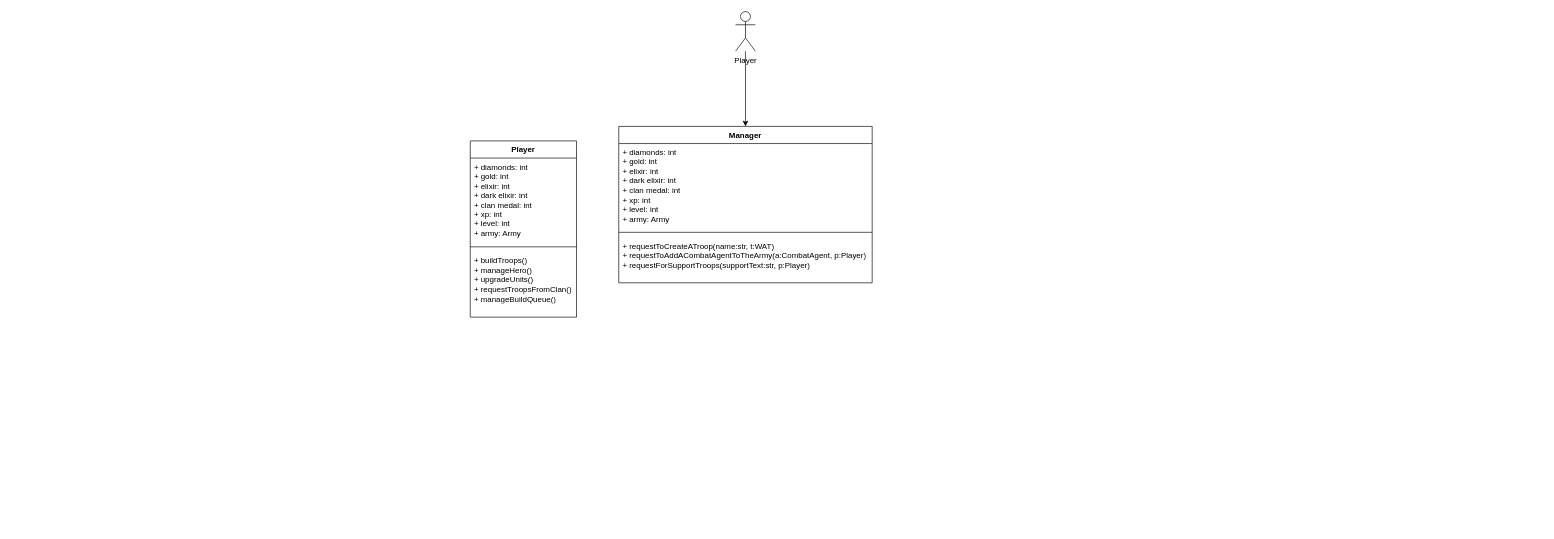
Before: Defense and Attack/Class Diagram.drawio in Pooria82/clash-of-clans, a draw.io diagram. Source tidied: cells renumbered, new cells numbered last; positions are measured from the earlier drawing's top-left corner, leaving out a move shared by most shapes. Both pictures are drawn from the tidied source at 66%, with x=0, y=0 at pixel (470, 11).
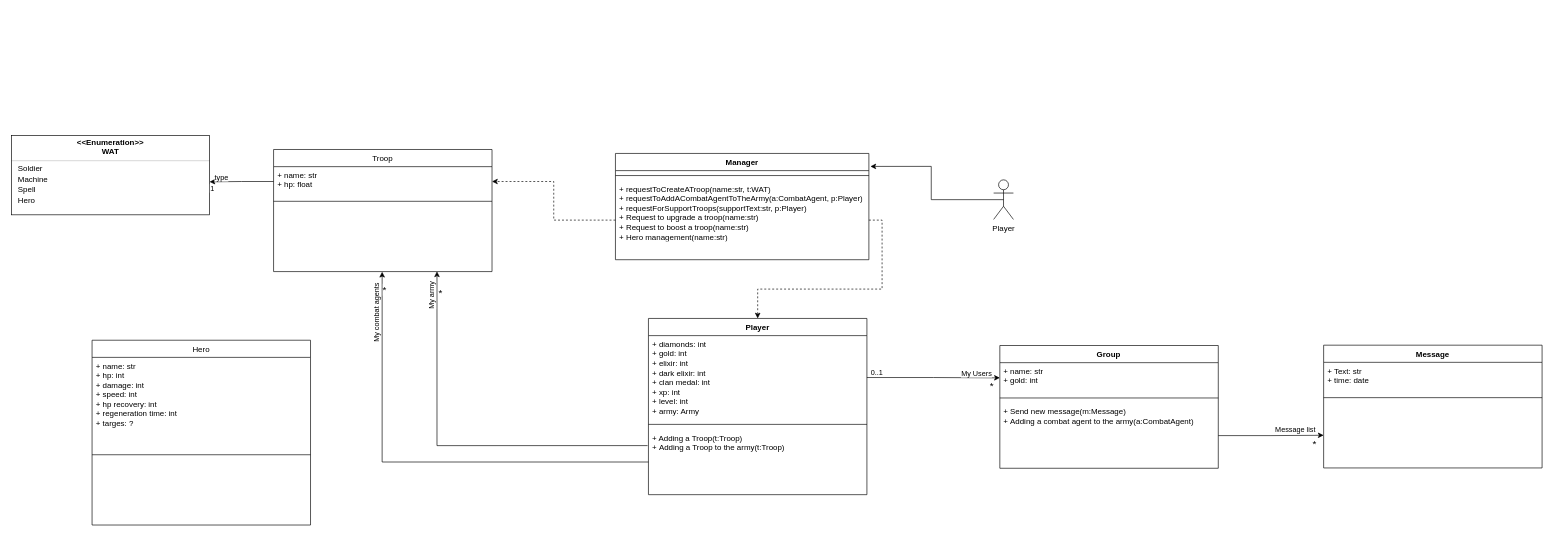
The same page after the edit.

Change to the diagram source:
```diff
@@
     <mxCell id="2" value="Player" style="swimlane;fontStyle=1;align=center;verticalAlign=top;horizontal=1;startSize=26;whiteSpace=wrap;html=1;" parent="1" vertex="1">
-      <mxGeometry y="196" width="161" height="267" as="geometry" />
+      <mxGeometry x="270" y="465" width="331" height="267" as="geometry" />
     </mxCell>
     <mxCell id="3" value="+ diamonds: int&lt;div&gt;+ gold: int&lt;/div&gt;&lt;div&gt;+ elixir: int&lt;/div&gt;&lt;div&gt;+ dark elixir: int&lt;/div&gt;&lt;div&gt;+ clan medal: int&lt;/div&gt;&lt;div&gt;+ xp: int&lt;/div&gt;&lt;div&gt;+ level: int&lt;/div&gt;&lt;div&gt;+ army: Army&lt;/div&gt;" style="text;strokeColor=none;fillColor=none;align=left;verticalAlign=top;spacingLeft=4;spacingRight=4;overflow=hidden;points=[[0,0.5],[1,0.5]];portConstraint=eastwest;whiteSpace=wrap;html=1;" parent="2" vertex="1">
-      <mxGeometry y="26" width="161" height="127" as="geometry" />
+      <mxGeometry y="26" width="331" height="127" as="geometry" />
     </mxCell>
     <mxCell id="4" style="line;strokeWidth=1;fillColor=none;align=left;verticalAlign=middle;spacingTop=-1;spacingLeft=3;spacingRight=3;labelPosition=right;strokeColor=inherit;" parent="2" vertex="1">
-      <mxGeometry y="153" width="161" height="15" as="geometry" />
+      <mxGeometry y="153" width="331" height="15" as="geometry" />
     </mxCell>
-    <mxCell id="5" value="+ buildTroops()&lt;div&gt;+ manageHero()&lt;/div&gt;&lt;div&gt;+ upgradeUnits()&lt;/div&gt;&lt;div&gt;+ requestTroopsFromClan()&lt;/div&gt;&lt;div&gt;+ manageBuildQueue()&lt;/div&gt;" style="text;strokeColor=none;fillColor=none;align=left;verticalAlign=top;spacingLeft=4;spacingRight=4;overflow=hidden;points=[[0,0.5],[1,0.5]];portConstraint=eastwest;whiteSpace=wrap;html=1;" parent="2" vertex="1">
-      <mxGeometry y="168" width="161" height="99" as="geometry" />
+    <mxCell id="5" value="+ Adding a Troop(t:Troop)&lt;div&gt;+&amp;nbsp;Adding a Troop&amp;nbsp;to the army(t:Troop)&lt;br&gt;&lt;/div&gt;" style="text;strokeColor=none;fillColor=none;align=left;verticalAlign=top;spacingLeft=4;spacingRight=4;overflow=hidden;points=[[0,0.5],[1,0.5]];portConstraint=eastwest;whiteSpace=wrap;html=1;" parent="2" vertex="1">
+      <mxGeometry y="168" width="331" height="99" as="geometry" />
     </mxCell>
+    <mxCell id="12" style="edgeStyle=orthogonalEdgeStyle;rounded=0;jettySize=auto;html=1;exitX=0.5;exitY=0.5;exitDx=0;exitDy=0;exitPerimeter=0;entryX=1.006;entryY=0.122;entryDx=0;entryDy=0;entryPerimeter=0;" parent="1" edge="1" source="6" target="8">
+      <mxGeometry relative="1" as="geometry" />
+    </mxCell>
     <mxCell id="6" value="Player" style="shape=umlActor;verticalLabelPosition=bottom;verticalAlign=top;html=1;outlineConnect=0;" parent="1" vertex="1">
-      <mxGeometry x="402" width="30" height="60" as="geometry" />
+      <mxGeometry x="793" y="255" width="30" height="60" as="geometry" />
     </mxCell>
-    <mxCell id="7" style="edgeStyle=orthogonalEdgeStyle;rounded=0;jettySize=auto;html=1;exitX=0.5;exitY=0;exitDx=0;exitDy=0;endArrow=none;endFill=0;startArrow=classic;startFill=1;" parent="1" edge="1" source="8" target="6">
-      <mxGeometry relative="1" as="geometry" />
-    </mxCell>
     <mxCell id="8" value="Manager" style="swimlane;fontStyle=1;align=center;verticalAlign=top;horizontal=1;startSize=26;whiteSpace=wrap;html=1;" parent="1" vertex="1">
-      <mxGeometry x="225" y="174" width="384" height="237" as="geometry" />
+      <mxGeometry x="220" y="215" width="384" height="161" as="geometry" />
     </mxCell>
-    <mxCell id="9" value="+ diamonds: int&lt;div&gt;+ gold: int&lt;/div&gt;&lt;div&gt;+ elixir: int&lt;/div&gt;&lt;div&gt;+ dark elixir: int&lt;/div&gt;&lt;div&gt;+ clan medal: int&lt;/div&gt;&lt;div&gt;+ xp: int&lt;/div&gt;&lt;div&gt;+ level: int&lt;/div&gt;&lt;div&gt;+ army: Army&lt;/div&gt;" style="text;strokeColor=none;fillColor=none;align=left;verticalAlign=top;spacingLeft=4;spacingRight=4;overflow=hidden;whiteSpace=wrap;html=1;" parent="8" vertex="1">
-      <mxGeometry y="26" width="384" height="127" as="geometry" />
-    </mxCell>
     <mxCell id="10" style="line;strokeWidth=1;fillColor=none;align=left;verticalAlign=middle;spacingTop=-1;spacingLeft=3;spacingRight=3;labelPosition=right;strokeColor=inherit;" parent="8" vertex="1">
-      <mxGeometry y="153" width="384" height="15" as="geometry" />
+      <mxGeometry y="26" width="384" height="15" as="geometry" />
     </mxCell>
-    <mxCell id="11" value="+ requestToCreateATroop(name:str, t:WAT)&lt;div&gt;+ requestToAddACombatAgentToTheArmy(a:&lt;span style=&quot;background-color: initial;&quot;&gt;CombatAgent, p:Player&lt;/span&gt;&lt;span style=&quot;background-color: initial;&quot;&gt;)&lt;/span&gt;&lt;/div&gt;&lt;div&gt;+ requestForSupportTroops(s&lt;span style=&quot;background-color: initial;&quot;&gt;upportText:str, p:Player&lt;/span&gt;&lt;span style=&quot;background-color: initial;&quot;&gt;)&lt;/span&gt;&lt;/div&gt;&lt;div&gt;&lt;br&gt;&lt;/div&gt;" style="text;strokeColor=none;fillColor=none;align=left;verticalAlign=top;spacingLeft=4;spacingRight=4;overflow=hidden;points=[[0,0.5],[1,0.5]];portConstraint=eastwest;whiteSpace=wrap;html=1;" parent="8" vertex="1">
-      <mxGeometry y="168" width="384" height="69" as="geometry" />
+    <mxCell id="11" value="+ requestToCreateATroop(name:str, t:WAT)&lt;div&gt;+ requestToAddACombatAgentToTheArmy(a:&lt;span style=&quot;background-color: initial;&quot;&gt;CombatAgent, p:Player&lt;/span&gt;&lt;span style=&quot;background-color: initial;&quot;&gt;)&lt;/span&gt;&lt;/div&gt;&lt;div&gt;+ requestForSupportTroops(s&lt;span style=&quot;background-color: initial;&quot;&gt;upportText:str, p:Player&lt;/span&gt;&lt;span style=&quot;background-color: initial;&quot;&gt;)&lt;/span&gt;&lt;/div&gt;&lt;div&gt;+&amp;nbsp;&lt;span style=&quot;background-color: initial;&quot;&gt;Request to upgrade a troop(name:str)&lt;/span&gt;&lt;/div&gt;+&amp;nbsp;Request to boost a troop(name:str)&lt;div&gt;+&amp;nbsp;Hero management(name:str)&lt;/div&gt;" style="text;strokeColor=none;fillColor=none;align=left;verticalAlign=top;spacingLeft=4;spacingRight=4;overflow=hidden;points=[[0,0.5],[1,0.5]];portConstraint=eastwest;whiteSpace=wrap;html=1;" parent="8" vertex="1">
+      <mxGeometry y="41" width="384" height="120" as="geometry" />
     </mxCell>
+    <mxCell id="13" value="&lt;span style=&quot;font-weight: 400; text-align: left;&quot;&gt;Troop&lt;/span&gt;" style="swimlane;fontStyle=1;align=center;verticalAlign=top;horizontal=1;startSize=26;whiteSpace=wrap;html=1;" parent="1" vertex="1">
+      <mxGeometry x="-298" y="209" width="331" height="185" as="geometry" />
+    </mxCell>
+    <mxCell id="14" value="+ name: str&lt;div&gt;+ hp: float&lt;/div&gt;&lt;div&gt;&lt;br&gt;&lt;/div&gt;" style="text;strokeColor=none;fillColor=none;align=left;verticalAlign=top;spacingLeft=4;spacingRight=4;overflow=hidden;points=[[0,0.5],[1,0.5]];portConstraint=eastwest;whiteSpace=wrap;html=1;" parent="13" vertex="1">
+      <mxGeometry y="26" width="331" height="45" as="geometry" />
+    </mxCell>
+    <mxCell id="15" style="line;strokeWidth=1;fillColor=none;align=left;verticalAlign=middle;spacingTop=-1;spacingLeft=3;spacingRight=3;labelPosition=right;strokeColor=inherit;" parent="13" vertex="1">
+      <mxGeometry y="71" width="331" height="15" as="geometry" />
+    </mxCell>
+    <mxCell id="16" value="&lt;div&gt;&lt;br&gt;&lt;/div&gt;" style="text;strokeColor=none;fillColor=none;align=left;verticalAlign=top;spacingLeft=4;spacingRight=4;overflow=hidden;points=[[0,0.5],[1,0.5]];portConstraint=eastwest;whiteSpace=wrap;html=1;" parent="13" vertex="1">
+      <mxGeometry y="86" width="331" height="99" as="geometry" />
+    </mxCell>
+    <mxCell id="17" style="fontStyle=1;align=center;verticalAlign=middle;horizontal=1;" parent="1" vertex="1">
+      <mxGeometry x="-695" y="188" width="300" height="120" as="geometry" />
+    </mxCell>
+    <mxCell id="18" value="&amp;lt;&amp;lt;Enumeration&amp;gt;&amp;gt;" style="html=1;align=center;spacing=0;verticalAlign=middle;strokeColor=none;fillColor=none;whiteSpace=wrap;spacingTop=3;fontStyle=1;" parent="17" vertex="1">
+      <mxGeometry width="300" height="16" as="geometry" />
+    </mxCell>
+    <mxCell id="19" value="WAT" style="html=1;align=center;spacing=0;verticalAlign=middle;strokeColor=none;fillColor=none;whiteSpace=wrap;fontStyle=1;" parent="17" vertex="1">
+      <mxGeometry y="16" width="300" height="18" as="geometry" />
+    </mxCell>
+    <mxCell id="20" style="line;strokeWidth=0.25;fillColor=none;align=left;verticalAlign=middle;spacingTop=-1;spacingLeft=3;spacingRight=3;labelPosition=right;" parent="17" vertex="1">
+      <mxGeometry y="34" width="300" height="8" as="geometry" />
+    </mxCell>
+    <mxCell id="21" value="Soldier" style="html=1;align=left;spacing=0;verticalAlign=middle;strokeColor=none;fillColor=none;whiteSpace=wrap;spacingLeft=10;" parent="17" vertex="1">
+      <mxGeometry y="42" width="300" height="16" as="geometry" />
+    </mxCell>
+    <mxCell id="22" value="Machine" style="html=1;align=left;spacing=0;verticalAlign=middle;strokeColor=none;fillColor=none;whiteSpace=wrap;spacingLeft=10;" parent="17" vertex="1">
+      <mxGeometry y="58" width="300" height="16" as="geometry" />
+    </mxCell>
+    <mxCell id="23" value="Spell" style="html=1;align=left;spacing=0;verticalAlign=middle;strokeColor=none;fillColor=none;whiteSpace=wrap;spacingLeft=10;" parent="17" vertex="1">
+      <mxGeometry y="74" width="300" height="16" as="geometry" />
+    </mxCell>
+    <mxCell id="24" value="Hero" style="html=1;align=left;spacing=0;verticalAlign=middle;strokeColor=none;fillColor=none;whiteSpace=wrap;spacingLeft=10;" parent="17" vertex="1">
+      <mxGeometry y="90" width="300" height="16" as="geometry" />
+    </mxCell>
+    <mxCell id="25" style="html=1;align=left;spacing=0;verticalAlign=middle;strokeColor=none;fillColor=none;whiteSpace=wrap;" parent="17" vertex="1">
+      <mxGeometry y="106" width="300" height="14" as="geometry" />
+    </mxCell>
+    <mxCell id="26" style="edgeStyle=orthogonalEdgeStyle;rounded=0;jettySize=auto;html=1;exitX=0;exitY=0.5;exitDx=0;exitDy=0;entryX=1;entryY=0.75;entryDx=0;entryDy=0;" parent="1" edge="1" source="14" target="22">
+      <mxGeometry relative="1" as="geometry" />
+    </mxCell>
+    <mxCell id="27" value="type" style="edgeLabel;html=1;align=center;verticalAlign=middle;" parent="26" vertex="1">
+      <mxGeometry x="0.68" y="3" relative="1" as="geometry">
+        <mxPoint x="2" y="-11" as="offset" />
+      </mxGeometry>
+    </mxCell>
+    <mxCell id="28" value="1" style="edgeLabel;html=1;align=center;verticalAlign=middle;" parent="26" vertex="1">
+      <mxGeometry x="0.34" relative="1" as="geometry">
+        <mxPoint x="-29" y="9" as="offset" />
+      </mxGeometry>
+    </mxCell>
+    <mxCell id="29" style="edgeStyle=orthogonalEdgeStyle;rounded=0;jettySize=auto;html=1;exitX=0;exitY=0.5;exitDx=0;exitDy=0;entryX=1;entryY=0.5;entryDx=0;entryDy=0;dashed=1;" parent="1" edge="1" source="11" target="14">
+      <mxGeometry relative="1" as="geometry" />
+    </mxCell>
+    <mxCell id="30" style="edgeStyle=orthogonalEdgeStyle;rounded=0;jettySize=auto;html=1;exitX=0;exitY=0.5;exitDx=0;exitDy=0;entryX=0.497;entryY=1.003;entryDx=0;entryDy=0;entryPerimeter=0;" parent="1" edge="1" source="5" target="16">
+      <mxGeometry relative="1" as="geometry" />
+    </mxCell>
+    <mxCell id="31" value="My combat agents" style="edgeLabel;html=1;align=center;verticalAlign=middle;rotation=-90;" parent="30" vertex="1">
+      <mxGeometry x="0.9" y="1" relative="1" as="geometry">
+        <mxPoint x="-8" y="28" as="offset" />
+      </mxGeometry>
+    </mxCell>
+    <mxCell id="32" value="&lt;font style=&quot;font-size: 15px;&quot;&gt;*&lt;/font&gt;" style="edgeLabel;html=1;align=center;verticalAlign=middle;" parent="30" vertex="1">
+      <mxGeometry x="0.82" y="-2" relative="1" as="geometry">
+        <mxPoint x="1" y="-37" as="offset" />
+      </mxGeometry>
+    </mxCell>
+    <mxCell id="33" style="edgeStyle=orthogonalEdgeStyle;rounded=0;jettySize=auto;html=1;exitX=-0.004;exitY=0.249;exitDx=0;exitDy=0;entryX=0.748;entryY=0.997;entryDx=0;entryDy=0;entryPerimeter=0;exitPerimeter=0;" parent="1" edge="1" source="5" target="16">
+      <mxGeometry relative="1" as="geometry" />
+    </mxCell>
+    <mxCell id="34" value="My army" style="edgeLabel;html=1;align=center;verticalAlign=middle;rotation=-90;" parent="33" vertex="1">
+      <mxGeometry x="0.9" y="1" relative="1" as="geometry">
+        <mxPoint x="-7" y="8" as="offset" />
+      </mxGeometry>
+    </mxCell>
+    <mxCell id="35" value="&lt;font style=&quot;font-size: 15px;&quot;&gt;*&lt;/font&gt;" style="edgeLabel;html=1;align=center;verticalAlign=middle;" parent="33" vertex="1">
+      <mxGeometry x="0.82" y="-2" relative="1" as="geometry">
+        <mxPoint x="3" y="-20" as="offset" />
+      </mxGeometry>
+    </mxCell>
+    <mxCell id="36" style="edgeStyle=orthogonalEdgeStyle;rounded=0;jettySize=auto;html=1;exitX=1;exitY=0.5;exitDx=0;exitDy=0;entryX=0.5;entryY=0;entryDx=0;entryDy=0;dashed=1;" parent="1" edge="1" source="11" target="2">
+      <mxGeometry relative="1" as="geometry" />
+    </mxCell>
+    <mxCell id="37" value="Group" style="swimlane;fontStyle=1;align=center;verticalAlign=top;horizontal=1;startSize=26;whiteSpace=wrap;html=1;" parent="1" vertex="1">
+      <mxGeometry x="802.4" y="506" width="331" height="186" as="geometry" />
+    </mxCell>
+    <mxCell id="38" value="+ name: str&lt;div&gt;+ gold: int&lt;/div&gt;" style="text;strokeColor=none;fillColor=none;align=left;verticalAlign=top;spacingLeft=4;spacingRight=4;overflow=hidden;points=[[0,0.5],[1,0.5]];portConstraint=eastwest;whiteSpace=wrap;html=1;" parent="37" vertex="1">
+      <mxGeometry y="26" width="331" height="46" as="geometry" />
+    </mxCell>
+    <mxCell id="39" style="line;strokeWidth=1;fillColor=none;align=left;verticalAlign=middle;spacingTop=-1;spacingLeft=3;spacingRight=3;labelPosition=right;strokeColor=inherit;" parent="37" vertex="1">
+      <mxGeometry y="72" width="331" height="15" as="geometry" />
+    </mxCell>
+    <mxCell id="40" value="+ Send new message(m:Message)&lt;div&gt;+&amp;nbsp;Adding a combat agent to the army(a:CombatAgent)&lt;br&gt;&lt;/div&gt;" style="text;strokeColor=none;fillColor=none;align=left;verticalAlign=top;spacingLeft=4;spacingRight=4;overflow=hidden;points=[[0,0.5],[1,0.5]];portConstraint=eastwest;whiteSpace=wrap;html=1;" parent="37" vertex="1">
+      <mxGeometry y="87" width="331" height="99" as="geometry" />
+    </mxCell>
+    <mxCell id="41" style="edgeStyle=orthogonalEdgeStyle;rounded=0;jettySize=auto;html=1;exitX=1;exitY=0.5;exitDx=0;exitDy=0;entryX=0;entryY=0.5;entryDx=0;entryDy=0;" parent="1" edge="1" source="3" target="38">
+      <mxGeometry relative="1" as="geometry" />
+    </mxCell>
+    <mxCell id="42" value="0..1" style="edgeLabel;html=1;align=center;verticalAlign=middle;" parent="41" vertex="1">
+      <mxGeometry x="-0.87" relative="1" as="geometry">
+        <mxPoint x="1" y="-8" as="offset" />
+      </mxGeometry>
+    </mxCell>
+    <mxCell id="43" value="My Users" style="edgeLabel;html=1;align=center;verticalAlign=middle;" parent="41" vertex="1">
+      <mxGeometry x="0.79" y="2" relative="1" as="geometry">
+        <mxPoint x="-15" y="-6" as="offset" />
+      </mxGeometry>
+    </mxCell>
+    <mxCell id="44" value="*" style="edgeLabel;html=1;align=center;verticalAlign=middle;fontSize=15;" parent="41" vertex="1">
+      <mxGeometry x="0.77" y="-1" relative="1" as="geometry">
+        <mxPoint x="10" y="10" as="offset" />
+      </mxGeometry>
+    </mxCell>
+    <mxCell id="45" value="Message" style="swimlane;fontStyle=1;align=center;verticalAlign=top;horizontal=1;startSize=26;whiteSpace=wrap;html=1;" parent="1" vertex="1">
+      <mxGeometry x="1293" y="505.5" width="331" height="186" as="geometry" />
+    </mxCell>
+    <mxCell id="46" value="+ Text: str&lt;div&gt;+ time: date&lt;/div&gt;" style="text;strokeColor=none;fillColor=none;align=left;verticalAlign=top;spacingLeft=4;spacingRight=4;overflow=hidden;whiteSpace=wrap;html=1;" parent="45" vertex="1">
+      <mxGeometry y="26" width="331" height="46" as="geometry" />
+    </mxCell>
+    <mxCell id="47" style="line;strokeWidth=1;fillColor=none;align=left;verticalAlign=middle;spacingTop=-1;spacingLeft=3;spacingRight=3;labelPosition=right;strokeColor=inherit;" parent="45" vertex="1">
+      <mxGeometry y="72" width="331" height="15" as="geometry" />
+    </mxCell>
+    <mxCell id="48" value="&lt;div&gt;&lt;br&gt;&lt;/div&gt;" style="text;strokeColor=none;fillColor=none;align=left;verticalAlign=top;spacingLeft=4;spacingRight=4;overflow=hidden;points=[[0,0.5],[1,0.5]];portConstraint=eastwest;whiteSpace=wrap;html=1;" parent="45" vertex="1">
+      <mxGeometry y="87" width="331" height="99" as="geometry" />
+    </mxCell>
+    <mxCell id="49" style="edgeStyle=orthogonalEdgeStyle;rounded=0;jettySize=auto;html=1;exitX=1;exitY=0.5;exitDx=0;exitDy=0;entryX=0;entryY=0.5;entryDx=0;entryDy=0;" parent="1" edge="1" source="40" target="48">
+      <mxGeometry relative="1" as="geometry" />
+    </mxCell>
+    <mxCell id="50" value="Message list" style="edgeLabel;html=1;align=center;verticalAlign=middle;" parent="49" vertex="1">
+      <mxGeometry x="0.68" y="1" relative="1" as="geometry">
+        <mxPoint x="-17" y="-8" as="offset" />
+      </mxGeometry>
+    </mxCell>
+    <mxCell id="51" value="*" style="edgeLabel;html=1;align=center;verticalAlign=middle;fontSize=15;" parent="49" vertex="1">
+      <mxGeometry x="0.76" relative="1" as="geometry">
+        <mxPoint x="5" y="11" as="offset" />
+      </mxGeometry>
+    </mxCell>
+    <mxCell id="52" value="&lt;span style=&quot;font-weight: 400; text-align: left;&quot;&gt;Hero&lt;/span&gt;" style="swimlane;fontStyle=1;align=center;verticalAlign=top;horizontal=1;startSize=26;whiteSpace=wrap;html=1;" parent="1" vertex="1">
+      <mxGeometry x="-573" y="498" width="331" height="280" as="geometry" />
+    </mxCell>
+    <mxCell id="53" value="+ name: str&lt;div&gt;+ hp: int&lt;/div&gt;&lt;div&gt;+ damage: int&lt;/div&gt;&lt;div&gt;+ speed: int&lt;/div&gt;&lt;div&gt;+ hp recovery: int&lt;/div&gt;&lt;div&gt;+&amp;nbsp;regeneration time: int&lt;/div&gt;&lt;div&gt;+ targes: ?&lt;/div&gt;" style="text;strokeColor=none;fillColor=none;align=left;verticalAlign=top;spacingLeft=4;spacingRight=4;overflow=hidden;whiteSpace=wrap;html=1;" parent="52" vertex="1">
+      <mxGeometry y="26" width="331" height="140" as="geometry" />
+    </mxCell>
+    <mxCell id="54" style="line;strokeWidth=1;fillColor=none;align=left;verticalAlign=middle;spacingTop=-1;spacingLeft=3;spacingRight=3;labelPosition=right;strokeColor=inherit;" parent="52" vertex="1">
+      <mxGeometry y="166" width="331" height="15" as="geometry" />
+    </mxCell>
+    <mxCell id="55" value="&lt;div&gt;&lt;br&gt;&lt;/div&gt;" style="text;strokeColor=none;fillColor=none;align=left;verticalAlign=top;spacingLeft=4;spacingRight=4;overflow=hidden;whiteSpace=wrap;html=1;" parent="52" vertex="1">
+      <mxGeometry y="181" width="331" height="99" as="geometry" />
+    </mxCell>
```
